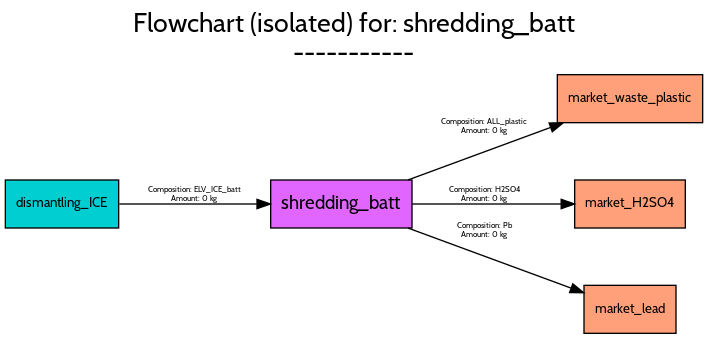
This is src/examples/ELV/figures/flowcharts/processes/png/shredding_batt.png from FutuRaM-Project/Recovery-Model, a Graphviz export, as it was before one commit. Its source is kept beside it as src/examples/ELV/figures/flowcharts/processes/dot/shredding_batt.dot.
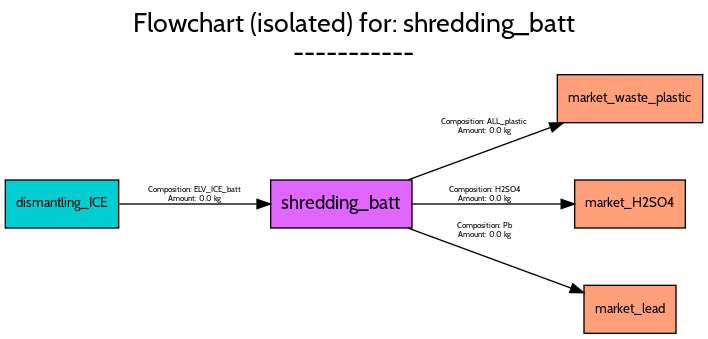
Above is the later version.

Diff of the diagram source:
```diff
@@ -35,7 +35,7 @@
 		fontname=Cabin,
 		fontsize=6,
 		label="Composition: ALL_plastic
-Amount: 0 kg",
+Amount: 0.0 kg",
 		lp="359.5,155",
 		pos="e,418.4,157.92 301.94,115.03 333.68,126.71 375.2,142.01 408.72,154.35"];
 	market_H2SO4	[fillcolor=lightsalmon1,
@@ -50,7 +50,7 @@
 		fontname=Cabin,
 		fontsize=6,
 		label="Composition: H2SO4
-Amount: 0 kg",
+Amount: 0.0 kg",
 		lp="359.5,104",
 		pos="e,426.89,97 305.2,97 339.14,97 383.17,97 416.8,97"];
 	market_lead	[fillcolor=lightsalmon1,
@@ -65,7 +65,7 @@
 		fontname=Cabin,
 		fontsize=6,
 		label="Composition: Pb
-Amount: 0 kg",
+Amount: 0.0 kg",
 		lp="359.5,77",
 		pos="e,433.79,30.417 301.94,78.975 338.79,65.405 388.82,46.977 424.22,33.942"];
 	dismantling_ICE	[fillcolor=darkturquoise,
@@ -80,7 +80,7 @@
 		fontname=Cabin,
 		fontsize=6,
 		label="Composition: ELV_ICE_batt
-Amount: 0 kg",
+Amount: 0.0 kg",
 		lp="142,104",
 		pos="e,198.76,97 85.491,97 115.11,97 155.29,97 188.64,97"];
 }
```
